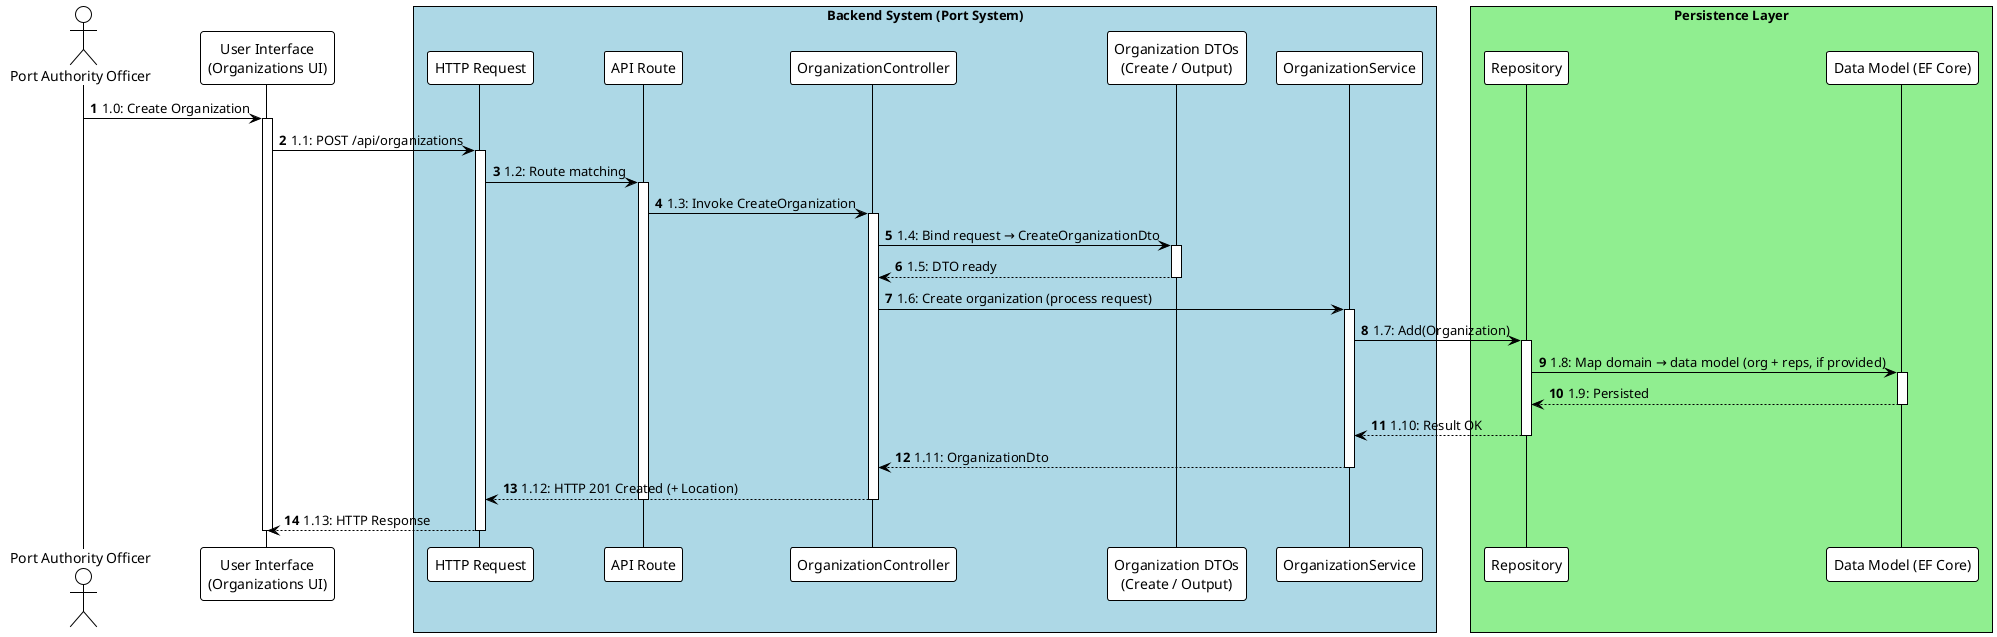
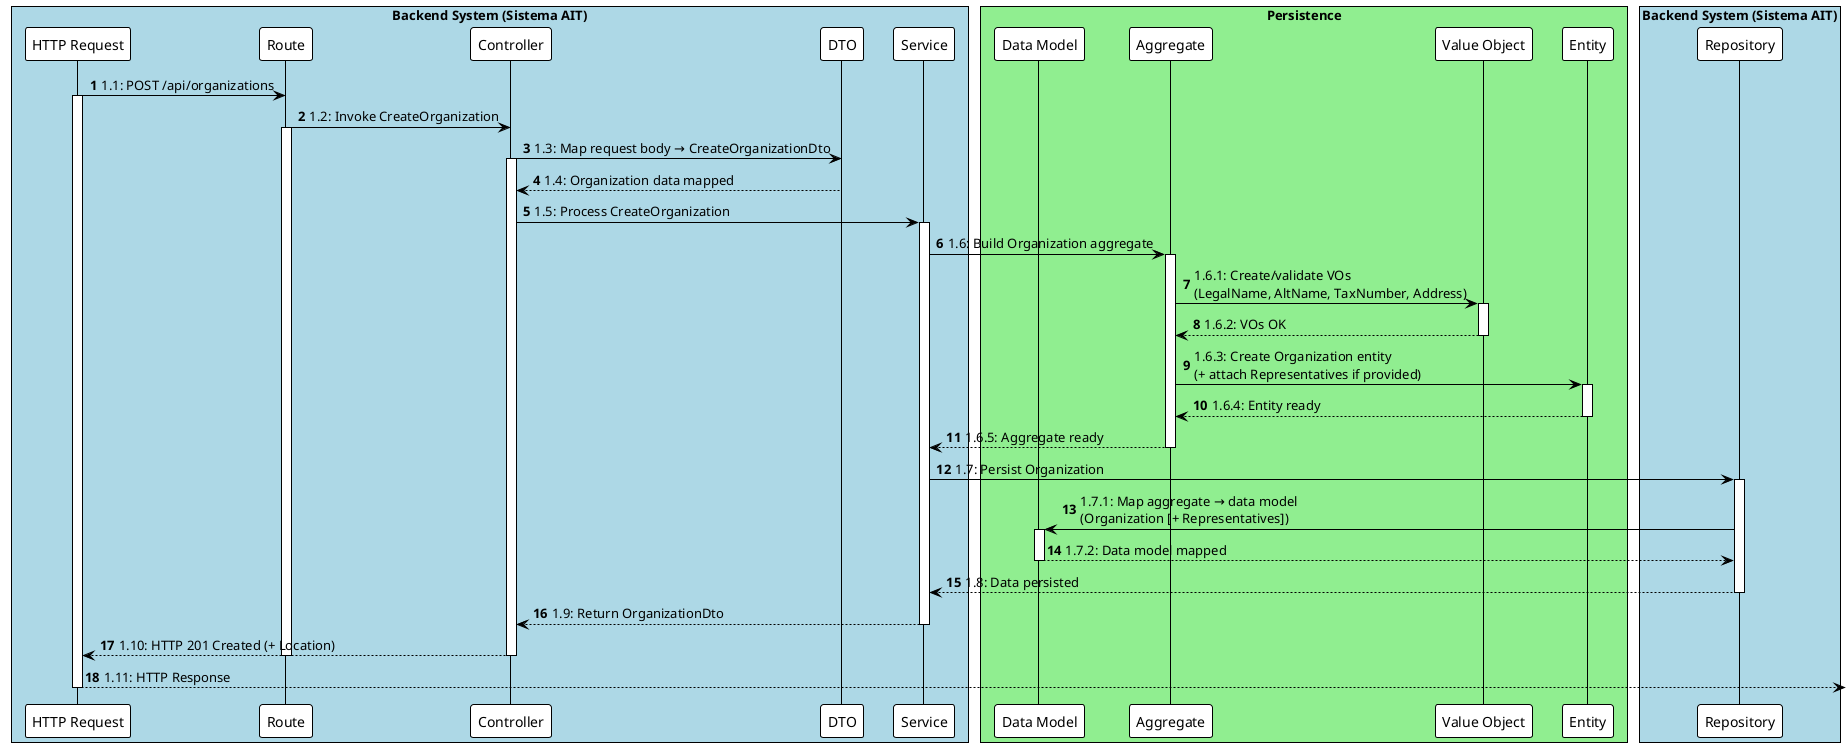
@startuml
!theme plain
autonumber

- actor "Port Authority Officer" as Officer
- participant "User Interface\n(Organizations UI)" as UI
- 
- box "Backend System (Port System)" #LightBlue
+ box "Backend System (Sistema AIT)" #LightBlue
    participant "HTTP Request" as HttpRequest
-     participant "API Route" as Route
-     participant "OrganizationController" as Controller
-     participant "Organization DTOs\n(Create / Output)" as Dto
-     participant "OrganizationService" as Service
- 
-     box "Persistence Layer" #LightGreen
-         participant "Repository" as Repository
-         participant "Data Model (EF Core)" as DataModel
+     participant "Route" as Route
+     participant "Controller" as Controller
+     participant "DTO" as Dto
+     participant "Service" as Service
+     box "Persistence" #LightGreen
+         participant "Data Model" as DataModel
+         participant "Aggregate" as Aggregate
+         participant "Value Object" as ValueObject
+         participant "Entity" as Entity
    end box
+     participant "Repository" as Repository
end box

- ' --- Interaction Flow (N3 ARQSI) ---
- Officer -> UI : 1.0: Create Organization
- activate UI
- 
- UI -> HttpRequest : 1.1: POST /api/organizations
+ HttpRequest -> Route : 1.1: POST /api/organizations
activate HttpRequest
- HttpRequest -> Route : 1.2: Route matching
+ Route -> Controller : 1.2: Invoke CreateOrganization
activate Route
- Route -> Controller : 1.3: Invoke CreateOrganization
+ Controller -> Dto : 1.3: Map request body → CreateOrganizationDto
activate Controller
- 
- Controller -> Dto : 1.4: Bind request → CreateOrganizationDto
- activate Dto
- Dto --> Controller : 1.5: DTO ready
+ Dto --> Controller : 1.4: Organization data mapped
deactivate Dto
- 
- Controller -> Service : 1.6: Create organization (process request)
+ Controller -> Service : 1.5: Process CreateOrganization
activate Service
- 
- Service -> Repository : 1.7: Add(Organization)
+ Service -> Aggregate : 1.6: Build Organization aggregate
+ activate Aggregate
+ Aggregate -> ValueObject : 1.6.1: Create/validate VOs\n(LegalName, AltName, TaxNumber, Address)
+ activate ValueObject
+ ValueObject --> Aggregate : 1.6.2: VOs OK
+ deactivate ValueObject
+ Aggregate -> Entity : 1.6.3: Create Organization entity\n(+ attach Representatives if provided)
+ activate Entity
+ Entity --> Aggregate : 1.6.4: Entity ready
+ deactivate Entity
+ Aggregate --> Service : 1.6.5: Aggregate ready
+ deactivate Aggregate
+ Service -> Repository : 1.7: Persist Organization
activate Repository
- Repository -> DataModel : 1.8: Map domain → data model (org + reps, if provided)
+ Repository -> DataModel : 1.7.1: Map aggregate → data model\n(Organization [+ Representatives])
activate DataModel
- DataModel --> Repository : 1.9: Persisted
+ DataModel --> Repository : 1.7.2: Data model mapped
deactivate DataModel
- Repository --> Service : 1.10: Result OK
+ Repository --> Service : 1.8: Data persisted
deactivate Repository
- 
- Service --> Controller : 1.11: OrganizationDto
+ Service --> Controller : 1.9: Return OrganizationDto
deactivate Service
- Controller --> HttpRequest : 1.12: HTTP 201 Created (+ Location)
+ Controller --> HttpRequest : 1.10: HTTP 201 Created (+ Location)
deactivate Controller
deactivate Route
- HttpRequest --> UI : 1.13: HTTP Response
+ HttpRequest --> : 1.11: HTTP Response
deactivate HttpRequest
- deactivate UI
+ 
@enduml
